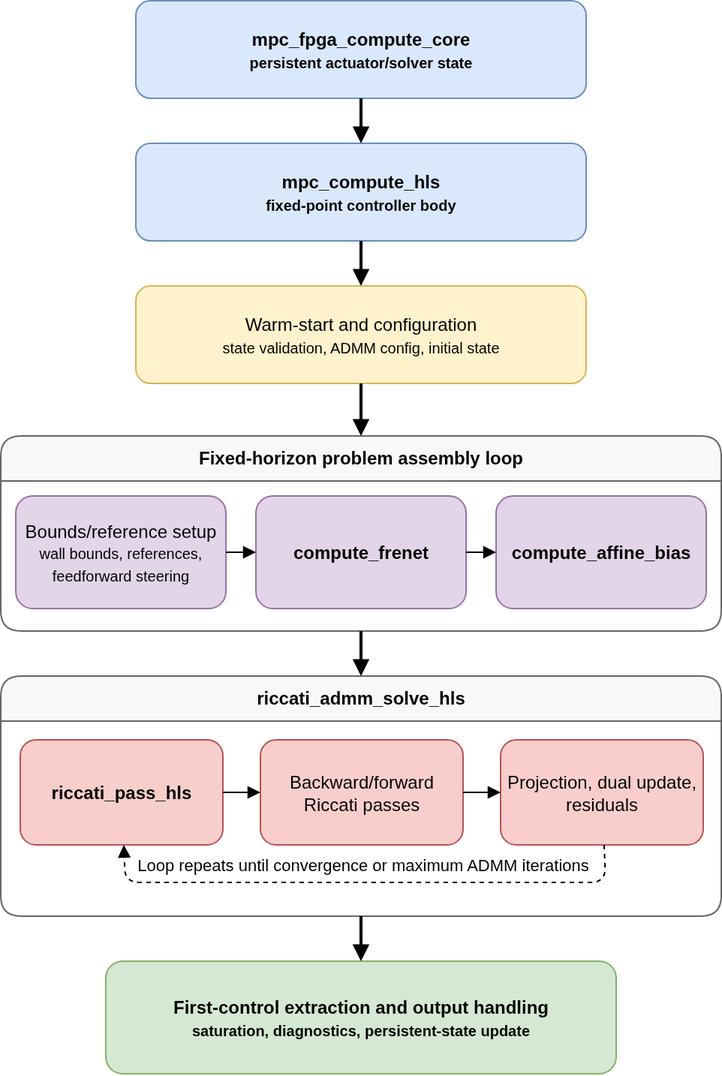
Earlier version of the draw.io export Logs/FPGA-flow.png (PascalBjorstorp/BachelorProject). Source tidied: cells renumbered, new cells last; positions are measured from the earlier drawing's top-left corner, leaving out a move shared by most shapes.
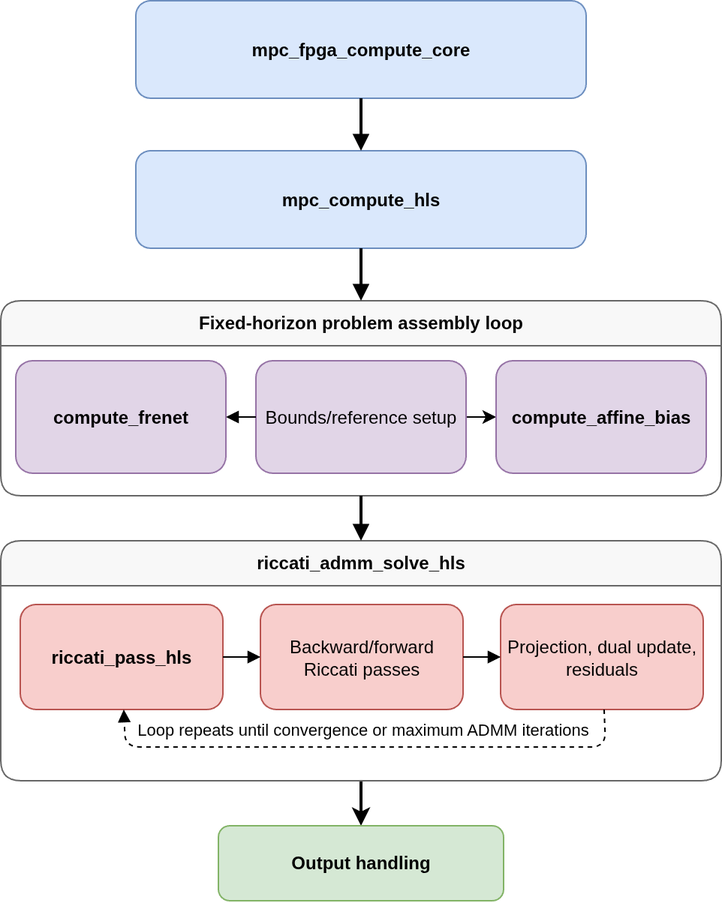
Above is the later version.

The edit, as a diff of the source:
```diff
@@ -2,23 +2,23 @@
   <root>
     <mxCell id="0" />
     <mxCell id="1" parent="0" />
-    <mxCell id="2" value="mpc_fpga_compute_core&lt;br&gt;&lt;font style=&quot;font-size: 10px;&quot;&gt;persistent actuator/solver state&lt;/font&gt;" style="rounded=1;whiteSpace=wrap;html=1;fillColor=#dae8fc;strokeColor=#6c8ebf;fontStyle=1;" parent="1" vertex="1">
-      <mxGeometry x="90" width="300" height="65" as="geometry" />
+    <mxCell id="2" value="mpc_fpga_compute_core" style="rounded=1;whiteSpace=wrap;html=1;fillColor=#dae8fc;strokeColor=#6c8ebf;fontStyle=1;" parent="1" vertex="1">
+      <mxGeometry x="90" y="90" width="300" height="65" as="geometry" />
     </mxCell>
-    <mxCell id="3" value="mpc_compute_hls&lt;br&gt;&lt;font style=&quot;font-size: 10px;&quot;&gt;fixed-point controller body&lt;/font&gt;" style="rounded=1;whiteSpace=wrap;html=1;fillColor=#dae8fc;strokeColor=#6c8ebf;fontStyle=1;" parent="1" vertex="1">
-      <mxGeometry x="90" y="95" width="300" height="65" as="geometry" />
+    <mxCell id="3" value="mpc_compute_hls" style="rounded=1;whiteSpace=wrap;html=1;fillColor=#dae8fc;strokeColor=#6c8ebf;fontStyle=1;" parent="1" vertex="1">
+      <mxGeometry x="90" y="190" width="300" height="65" as="geometry" />
     </mxCell>
-    <mxCell id="4" value="Warm-start and configuration&lt;br&gt;&lt;font style=&quot;font-size: 10px;&quot;&gt;state validation, ADMM config, initial state&lt;/font&gt;" style="rounded=1;whiteSpace=wrap;html=1;fillColor=#fff2cc;strokeColor=#d6b656;" parent="1" vertex="1">
-      <mxGeometry x="90" y="190" width="300" height="65" as="geometry" />
-    </mxCell>
     <mxCell id="5" value="Fixed-horizon problem assembly loop" style="swimlane;rounded=1;whiteSpace=wrap;html=1;fillColor=#f8f8f8;strokeColor=#666666;fontStyle=1;startSize=30;" parent="1" vertex="1">
       <mxGeometry y="290" width="480" height="130" as="geometry" />
     </mxCell>
+    <mxCell id="25" style="edgeStyle=orthogonalEdgeStyle;rounded=0;jettySize=auto;html=1;exitX=1;exitY=0.5;exitDx=0;exitDy=0;entryX=0;entryY=0.5;entryDx=0;entryDy=0;" parent="5" edge="1" source="6" target="8">
+      <mxGeometry relative="1" as="geometry" />
+    </mxCell>
-    <mxCell id="6" value="Bounds/reference setup&lt;br&gt;&lt;font style=&quot;font-size: 10px;&quot;&gt;wall bounds, references, feedforward steering&lt;/font&gt;" style="rounded=1;whiteSpace=wrap;html=1;fillColor=#e1d5e7;strokeColor=#9673a6;" parent="5" vertex="1">
-      <mxGeometry x="10" y="40" width="140" height="75" as="geometry" />
+    <mxCell id="6" value="Bounds/reference setup" style="rounded=1;whiteSpace=wrap;html=1;fillColor=#e1d5e7;strokeColor=#9673a6;" parent="5" vertex="1">
+      <mxGeometry x="170" y="40" width="140" height="75" as="geometry" />
     </mxCell>
     <mxCell id="7" value="compute_frenet" style="rounded=1;whiteSpace=wrap;html=1;fillColor=#e1d5e7;strokeColor=#9673a6;fontStyle=1;" parent="5" vertex="1">
-      <mxGeometry x="170" y="40" width="140" height="75" as="geometry" />
+      <mxGeometry x="10" y="40" width="140" height="75" as="geometry" />
     </mxCell>
     <mxCell id="8" value="compute_affine_bias" style="rounded=1;whiteSpace=wrap;html=1;fillColor=#e1d5e7;strokeColor=#9673a6;fontStyle=1;" parent="5" vertex="1">
       <mxGeometry x="330" y="40" width="140" height="75" as="geometry" />
@@ -26,9 +26,9 @@
     <mxCell id="9" style="endArrow=block;html=1;rounded=0;" parent="5" edge="1" source="6" target="7">
       <mxGeometry relative="1" as="geometry" />
     </mxCell>
-    <mxCell id="10" style="endArrow=block;html=1;rounded=0;" parent="5" edge="1" source="7" target="8">
-      <mxGeometry relative="1" as="geometry" />
-    </mxCell>
+    <mxCell id="24" style="edgeStyle=orthogonalEdgeStyle;rounded=0;jettySize=auto;html=1;exitX=0.5;exitY=1;exitDx=0;exitDy=0;entryX=0.5;entryY=0;entryDx=0;entryDy=0;strokeWidth=2;" parent="1" edge="1" source="11" target="19">
+      <mxGeometry relative="1" as="geometry" />
+    </mxCell>
     <mxCell id="11" value="riccati_admm_solve_hls" style="swimlane;rounded=1;whiteSpace=wrap;html=1;fillColor=#f8f8f8;strokeColor=#666666;fontStyle=1;startSize=30;" parent="1" vertex="1">
       <mxGeometry y="450" width="480" height="160" as="geometry" />
     </mxCell>
@@ -59,23 +59,17 @@
         </Array>
       </mxGeometry>
     </mxCell>
-    <mxCell id="19" value="First-control extraction and output handling&lt;br&gt;&lt;font style=&quot;font-size: 10px;&quot;&gt;saturation, diagnostics, persistent-state update&lt;/font&gt;" style="rounded=1;whiteSpace=wrap;html=1;fillColor=#d5e8d4;strokeColor=#82b366;fontStyle=1;" parent="1" vertex="1">
-      <mxGeometry x="70" y="640" width="340" height="75" as="geometry" />
+    <mxCell id="19" value="Output handling" style="rounded=1;whiteSpace=wrap;html=1;fillColor=#d5e8d4;strokeColor=#82b366;fontStyle=1;" parent="1" vertex="1">
+      <mxGeometry x="145" y="640" width="190" height="50" as="geometry" />
     </mxCell>
     <mxCell id="20" style="endArrow=block;html=1;rounded=0;strokeWidth=2;" parent="1" edge="1" source="2" target="3">
       <mxGeometry relative="1" as="geometry" />
     </mxCell>
-    <mxCell id="21" style="endArrow=block;html=1;rounded=0;strokeWidth=2;" parent="1" edge="1" source="3" target="4">
+    <mxCell id="21" style="endArrow=block;html=1;rounded=0;strokeWidth=2;entryX=0.5;entryY=0;entryDx=0;entryDy=0;" parent="1" edge="1" source="3" target="5">
       <mxGeometry relative="1" as="geometry" />
     </mxCell>
-    <mxCell id="22" style="endArrow=block;html=1;rounded=0;strokeWidth=2;" parent="1" edge="1" source="4" target="5">
-      <mxGeometry relative="1" as="geometry" />
-    </mxCell>
     <mxCell id="23" style="endArrow=block;html=1;rounded=0;strokeWidth=2;" parent="1" edge="1" source="5" target="11">
       <mxGeometry relative="1" as="geometry" />
     </mxCell>
-    <mxCell id="24" style="endArrow=block;html=1;rounded=0;strokeWidth=2;" parent="1" edge="1" source="11" target="19">
-      <mxGeometry relative="1" as="geometry" />
-    </mxCell>
   </root>
 </mxGraphModel>
```
